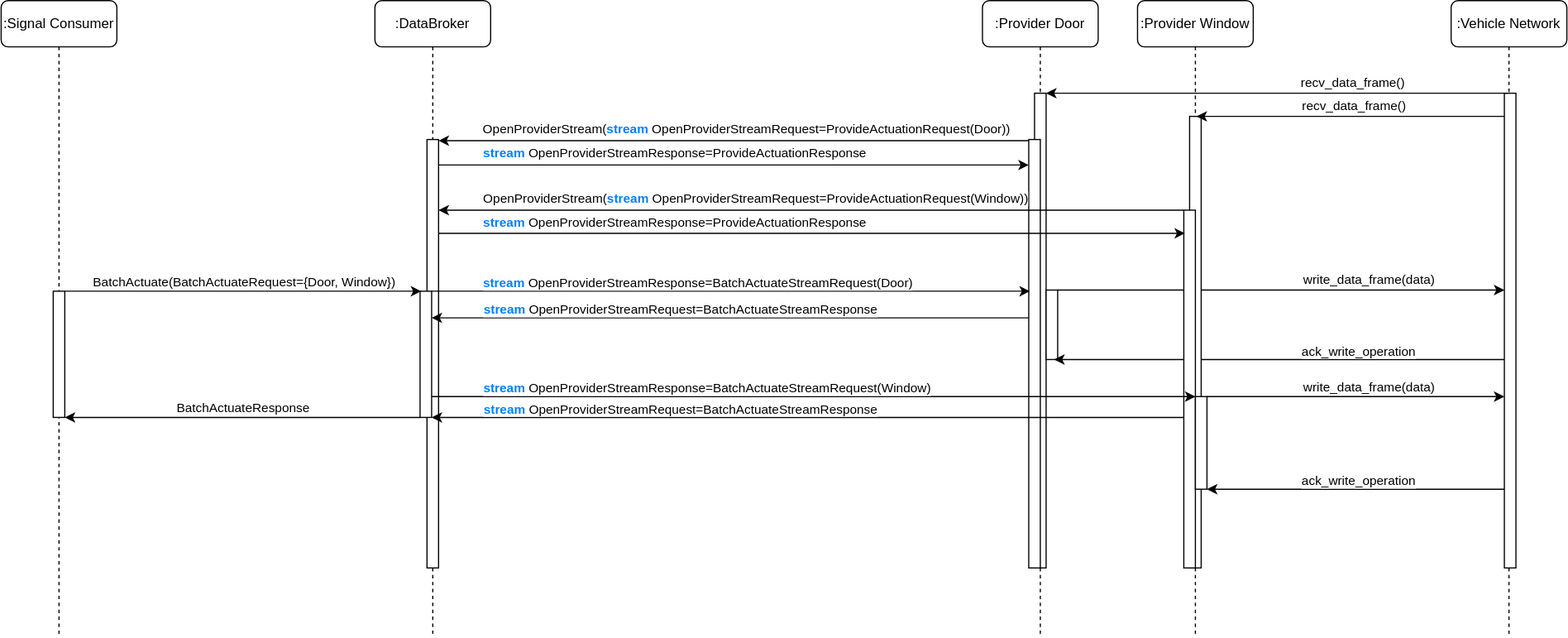
eclipse-kuksa/kuksa-databroker keeps this draw.io diagram as doc/diagrams/consumer_actuate_multiple_providers.svg. Above is the earlier version. Source tidied: cells renumbered, new cells last; positions are measured from the earlier drawing's top-left corner, leaving out a move shared by most shapes.
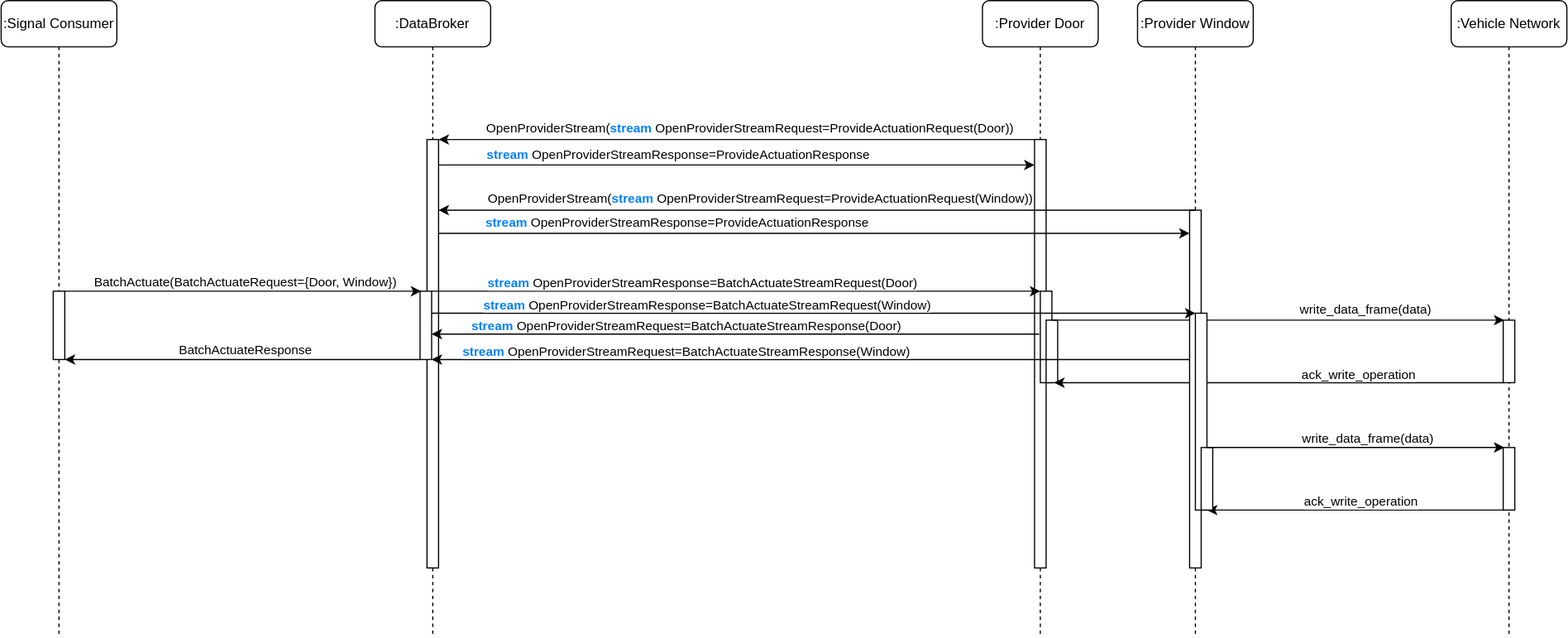
Later version of the same file.

What changed in the source:
```diff
@@ -9,35 +9,33 @@
       <mxGeometry x="45" y="120" width="10" height="370" as="geometry" />
     </mxCell>
     <mxCell id="4" style="html=1;points=[[0,0,0,0,5],[0,1,0,0,-5],[1,0,0,0,5],[1,1,0,0,-5]];perimeter=orthogonalPerimeter;outlineConnect=0;targetShapes=umlLifeline;portConstraint=eastwest;newEdgeStyle={&quot;curved&quot;:0,&quot;rounded&quot;:0};" parent="2" vertex="1">
-      <mxGeometry x="39" y="251" width="10" height="109" as="geometry" />
+      <mxGeometry x="39" y="251" width="10" height="59" as="geometry" />
     </mxCell>
     <mxCell id="5" value=":Signal Consumer" style="shape=umlLifeline;perimeter=lifelinePerimeter;whiteSpace=wrap;html=1;rounded=1;" parent="1" vertex="1">
       <mxGeometry width="100" height="550" as="geometry" />
     </mxCell>
     <mxCell id="6" style="html=1;points=[[0,0,0,0,5],[0,1,0,0,-5],[1,0,0,0,5],[1,1,0,0,-5]];perimeter=orthogonalPerimeter;outlineConnect=0;targetShapes=umlLifeline;portConstraint=eastwest;newEdgeStyle={&quot;curved&quot;:0,&quot;rounded&quot;:0};" parent="5" vertex="1">
-      <mxGeometry x="45" y="251" width="10" height="109" as="geometry" />
+      <mxGeometry x="45" y="251" width="10" height="59" as="geometry" />
     </mxCell>
     <mxCell id="7" value=":Provider Door" style="shape=umlLifeline;perimeter=lifelinePerimeter;whiteSpace=wrap;html=1;rounded=1;" parent="1" vertex="1">
       <mxGeometry x="848" width="100" height="550" as="geometry" />
     </mxCell>
-    <mxCell id="8" style="html=1;perimeter=orthogonalPerimeter;targetShapes=umlLifeline;newEdgeStyle={&quot;curved&quot;:0,&quot;rounded&quot;:0};" parent="7" vertex="1">
-      <mxGeometry x="45" y="80" width="10" height="410" as="geometry" />
-    </mxCell>
     <mxCell id="9" style="html=1;points=[[0,0,0,0,5],[0,1,0,0,-5],[1,0,0,0,5],[1,1,0,0,-5]];perimeter=orthogonalPerimeter;outlineConnect=0;targetShapes=umlLifeline;portConstraint=eastwest;newEdgeStyle={&quot;curved&quot;:0,&quot;rounded&quot;:0};" parent="7" vertex="1">
-      <mxGeometry x="40" y="120" width="10" height="370" as="geometry" />
+      <mxGeometry x="45" y="120" width="10" height="370" as="geometry" />
     </mxCell>
     <mxCell id="10" style="html=1;points=[[0,0,0,0,5],[0,1,0,0,-5],[1,0,0,0,5],[1,1,0,0,-5]];perimeter=orthogonalPerimeter;outlineConnect=0;targetShapes=umlLifeline;portConstraint=eastwest;newEdgeStyle={&quot;curved&quot;:0,&quot;rounded&quot;:0};" parent="7" vertex="1">
-      <mxGeometry x="55" y="250" width="10" height="60" as="geometry" />
+      <mxGeometry x="50" y="251" width="10" height="79" as="geometry" />
     </mxCell>
+    <mxCell id="49" style="html=1;perimeter=orthogonalPerimeter;targetShapes=umlLifeline;newEdgeStyle={&quot;curved&quot;:0,&quot;rounded&quot;:0};" parent="7" vertex="1">
+      <mxGeometry x="55" y="276" width="10" height="54" as="geometry" />
+    </mxCell>
     <mxCell id="11" value=":Vehicle Network" style="shape=umlLifeline;perimeter=lifelinePerimeter;whiteSpace=wrap;html=1;outlineConnect=0;rounded=1;" parent="1" vertex="1">
       <mxGeometry x="1253" width="100" height="550" as="geometry" />
     </mxCell>
-    <mxCell id="12" style="html=1;points=[[0,0,0,0,5],[0,1,0,0,-5],[1,0,0,0,5],[1,1,0,0,-5]];perimeter=orthogonalPerimeter;outlineConnect=0;targetShapes=umlLifeline;portConstraint=eastwest;newEdgeStyle={&quot;curved&quot;:0,&quot;rounded&quot;:0};" parent="11" vertex="1">
-      <mxGeometry x="46" y="80" width="10" height="410" as="geometry" />
-    </mxCell>
-    <mxCell id="13" style="endArrow=classic;html=1;rounded=0;" parent="11" edge="1" source="12">
+    <mxCell id="13" style="endArrow=classic;html=1;rounded=0;" parent="11" edge="1">
       <mxGeometry relative="1" as="geometry">
-        <mxPoint x="-211" y="422" as="targetPoint" />
+        <mxPoint x="46" y="440" as="sourcePoint" />
+        <mxPoint x="-211" y="440" as="targetPoint" />
       </mxGeometry>
     </mxCell>
     <mxCell id="14" value="ack_write_operation" style="edgeLabel;html=1;align=center;verticalAlign=middle;" parent="13" vertex="1">
@@ -47,8 +45,8 @@
     </mxCell>
     <mxCell id="15" style="endArrow=classic;html=1;rounded=0;" parent="1" edge="1">
       <mxGeometry relative="1" as="geometry">
-        <mxPoint x="362" y="360" as="sourcePoint" />
-        <mxPoint x="55" y="360" as="targetPoint" />
+        <mxPoint x="362" y="310" as="sourcePoint" />
+        <mxPoint x="55" y="310" as="targetPoint" />
       </mxGeometry>
     </mxCell>
     <mxCell id="16" value="BatchActuateResponse" style="edgeLabel;html=1;align=center;verticalAlign=middle;" parent="15" vertex="1">
@@ -66,9 +64,10 @@
         <mxPoint y="-9" as="offset" />
       </mxGeometry>
     </mxCell>
-    <mxCell id="19" style="endArrow=classic;html=1;rounded=0;" parent="1" edge="1" source="9">
+    <mxCell id="19" style="endArrow=classic;html=1;rounded=0;" parent="1" edge="1">
       <mxGeometry relative="1" as="geometry">
-        <mxPoint x="378" y="121" as="targetPoint" />
+        <mxPoint x="893" y="120" as="sourcePoint" />
+        <mxPoint x="378" y="120" as="targetPoint" />
       </mxGeometry>
     </mxCell>
     <mxCell id="20" value="OpenProviderStream(&lt;b&gt;&lt;font color=&quot;#007fff&quot;&gt;stream&lt;/font&gt;&lt;/b&gt;&amp;nbsp;OpenProviderStreamRequest=ProvideActuationRequest(Door))" style="edgeLabel;html=1;align=center;verticalAlign=middle;" parent="19" vertex="1">
@@ -76,10 +75,9 @@
         <mxPoint x="10" y="-11" as="offset" />
       </mxGeometry>
     </mxCell>
-    <mxCell id="21" style="endArrow=classic;html=1;rounded=0;" parent="1" edge="1">
+    <mxCell id="21" style="endArrow=classic;html=1;rounded=0;" parent="1" edge="1" target="9">
       <mxGeometry relative="1" as="geometry">
         <mxPoint x="378" y="142" as="sourcePoint" />
-        <mxPoint x="888" y="142" as="targetPoint" />
       </mxGeometry>
     </mxCell>
     <mxCell id="22" value="&lt;b&gt;&lt;font color=&quot;#007fff&quot;&gt;stream&lt;/font&gt;&lt;/b&gt;&amp;nbsp;OpenProviderStreamResponse=ProvideActuationResponse" style="edgeLabel;html=1;align=center;verticalAlign=middle;" parent="21" vertex="1">
@@ -87,29 +85,19 @@
         <mxPoint x="-52" y="-10" as="offset" />
       </mxGeometry>
     </mxCell>
-    <mxCell id="23" style="endArrow=classic;html=1;rounded=0;" parent="1" edge="1" source="11">
-      <mxGeometry relative="1" as="geometry">
-        <mxPoint x="903" y="80" as="targetPoint" />
-      </mxGeometry>
-    </mxCell>
-    <mxCell id="24" value="recv_data_frame()" style="edgeLabel;html=1;align=center;verticalAlign=middle;" parent="23" vertex="1">
-      <mxGeometry relative="1" as="geometry">
-        <mxPoint x="65" y="-10" as="offset" />
-      </mxGeometry>
-    </mxCell>
     <mxCell id="25" style="endArrow=classic;html=1;rounded=0;" parent="1" edge="1" target="4">
       <mxGeometry relative="1" as="geometry">
-        <mxPoint x="888" y="274" as="sourcePoint" />
+        <mxPoint x="897" y="288" as="sourcePoint" />
       </mxGeometry>
     </mxCell>
-    <mxCell id="26" value="&lt;b&gt;&lt;font color=&quot;#007fff&quot;&gt;stream&lt;/font&gt;&lt;/b&gt;&amp;nbsp;OpenProviderStreamRequest=BatchActuateStreamResponse" style="edgeLabel;html=1;align=center;verticalAlign=middle;" parent="25" vertex="1">
+    <mxCell id="26" value="&lt;b&gt;&lt;font color=&quot;#007fff&quot;&gt;stream&lt;/font&gt;&lt;/b&gt;&amp;nbsp;OpenProviderStreamRequest=BatchActuateStreamResponse(Door)" style="edgeLabel;html=1;align=center;verticalAlign=middle;" parent="25" vertex="1">
       <mxGeometry relative="1" as="geometry">
         <mxPoint x="-44" y="-8" as="offset" />
       </mxGeometry>
     </mxCell>
-    <mxCell id="27" style="endArrow=classic;html=1;rounded=0;" parent="1" edge="1" source="4">
+    <mxCell id="27" style="endArrow=classic;html=1;rounded=0;" parent="1" edge="1" target="10">
       <mxGeometry relative="1" as="geometry">
-        <mxPoint x="889" y="251" as="targetPoint" />
+        <mxPoint x="372" y="251" as="sourcePoint" />
       </mxGeometry>
     </mxCell>
     <mxCell id="28" value="&lt;b&gt;&lt;font color=&quot;#007fff&quot;&gt;stream&lt;/font&gt;&lt;/b&gt;&amp;nbsp;OpenProviderStreamResponse=BatchActuateStreamRequest(Door)" style="edgeLabel;html=1;align=center;verticalAlign=middle;" parent="27" vertex="1">
@@ -117,9 +105,10 @@
         <mxPoint x="-30" y="-8" as="offset" />
       </mxGeometry>
     </mxCell>
-    <mxCell id="29" style="endArrow=classic;html=1;rounded=0;" parent="1" edge="1" target="12">
+    <mxCell id="29" style="endArrow=classic;html=1;rounded=0;" parent="1" edge="1">
       <mxGeometry relative="1" as="geometry">
-        <mxPoint x="913" y="250" as="sourcePoint" />
+        <mxPoint x="908" y="276" as="sourcePoint" />
+        <mxPoint x="1299" y="276" as="targetPoint" />
       </mxGeometry>
     </mxCell>
     <mxCell id="30" value="write_data_frame(data)" style="edgeLabel;html=1;align=center;verticalAlign=middle;" parent="29" vertex="1">
@@ -127,9 +116,10 @@
         <mxPoint x="75" y="-10" as="offset" />
       </mxGeometry>
     </mxCell>
-    <mxCell id="31" style="endArrow=classic;html=1;rounded=0;" parent="1" edge="1" source="12">
+    <mxCell id="31" style="endArrow=classic;html=1;rounded=0;" parent="1" edge="1">
       <mxGeometry relative="1" as="geometry">
-        <mxPoint x="910" y="310" as="targetPoint" />
+        <mxPoint x="1299" y="330" as="sourcePoint" />
+        <mxPoint x="910" y="330" as="targetPoint" />
       </mxGeometry>
     </mxCell>
     <mxCell id="32" value="ack_write_operation" style="edgeLabel;html=1;align=center;verticalAlign=middle;" parent="31" vertex="1">
@@ -140,18 +130,24 @@
     <mxCell id="33" value=":Provider Window" style="shape=umlLifeline;perimeter=lifelinePerimeter;whiteSpace=wrap;html=1;outlineConnect=0;rounded=1;" parent="1" vertex="1">
       <mxGeometry x="982" width="100" height="550" as="geometry" />
     </mxCell>
-    <mxCell id="34" style="html=1;perimeter=orthogonalPerimeter;targetShapes=umlLifeline;newEdgeStyle={&quot;curved&quot;:0,&quot;rounded&quot;:0};" parent="33" vertex="1">
-      <mxGeometry x="45" y="100" width="10" height="390" as="geometry" />
-    </mxCell>
+    <mxCell id="39" style="endArrow=classic;html=1;rounded=0;" parent="33" edge="1" source="36">
+      <mxGeometry relative="1" as="geometry">
+        <mxPoint x="-610" y="310" as="targetPoint" />
+      </mxGeometry>
+    </mxCell>
+    <mxCell id="40" value="&lt;b&gt;&lt;font color=&quot;#007fff&quot;&gt;stream&lt;/font&gt;&lt;/b&gt;&amp;nbsp;OpenProviderStreamRequest=BatchActuateStreamResponse(Window)" style="edgeLabel;html=1;align=center;verticalAlign=middle;" parent="39" vertex="1">
+      <mxGeometry relative="1" as="geometry">
+        <mxPoint x="-111" y="-8" as="offset" />
+      </mxGeometry>
+    </mxCell>
     <mxCell id="35" style="html=1;perimeter=orthogonalPerimeter;targetShapes=umlLifeline;newEdgeStyle={&quot;curved&quot;:0,&quot;rounded&quot;:0};" parent="33" vertex="1">
-      <mxGeometry x="40" y="181" width="10" height="309" as="geometry" />
+      <mxGeometry x="45" y="181" width="10" height="309" as="geometry" />
     </mxCell>
     <mxCell id="36" style="html=1;points=[[0,0,0,0,5],[0,1,0,0,-5],[1,0,0,0,5],[1,1,0,0,-5]];perimeter=orthogonalPerimeter;outlineConnect=0;targetShapes=umlLifeline;portConstraint=eastwest;newEdgeStyle={&quot;curved&quot;:0,&quot;rounded&quot;:0};" parent="33" vertex="1">
-      <mxGeometry x="50" y="342" width="10" height="80" as="geometry" />
+      <mxGeometry x="50" y="270" width="10" height="170" as="geometry" />
     </mxCell>
-    <mxCell id="37" style="endArrow=classic;html=1;rounded=0;" parent="33" edge="1">
+    <mxCell id="37" style="endArrow=classic;html=1;rounded=0;" parent="33" edge="1" source="33">
       <mxGeometry relative="1" as="geometry">
-        <mxPoint x="40" y="181" as="sourcePoint" />
         <mxPoint x="-604" y="181" as="targetPoint" />
       </mxGeometry>
     </mxCell>
@@ -160,19 +156,12 @@
         <mxPoint x="-49" y="-11" as="offset" />
       </mxGeometry>
     </mxCell>
-    <mxCell id="39" style="endArrow=classic;html=1;rounded=0;" parent="33" edge="1" target="4">
-      <mxGeometry relative="1" as="geometry">
-        <mxPoint x="40" y="360" as="sourcePoint" />
-      </mxGeometry>
-    </mxCell>
-    <mxCell id="40" value="&lt;b&gt;&lt;font color=&quot;#007fff&quot;&gt;stream&lt;/font&gt;&lt;/b&gt;&amp;nbsp;OpenProviderStreamRequest=BatchActuateStreamResponse" style="edgeLabel;html=1;align=center;verticalAlign=middle;" parent="39" vertex="1">
-      <mxGeometry relative="1" as="geometry">
-        <mxPoint x="-111" y="-8" as="offset" />
-      </mxGeometry>
-    </mxCell>
+    <mxCell id="50" style="html=1;perimeter=orthogonalPerimeter;targetShapes=umlLifeline;newEdgeStyle={&quot;curved&quot;:0,&quot;rounded&quot;:0};" parent="33" vertex="1">
+      <mxGeometry x="55" y="386" width="10" height="54" as="geometry" />
+    </mxCell>
     <mxCell id="41" style="endArrow=classic;html=1;rounded=0;" parent="1" edge="1" source="3">
       <mxGeometry relative="1" as="geometry">
-        <mxPoint x="1023" y="201" as="targetPoint" />
+        <mxPoint x="1027" y="201" as="targetPoint" />
       </mxGeometry>
     </mxCell>
     <mxCell id="42" value="&lt;b&gt;&lt;font color=&quot;#007fff&quot;&gt;stream&lt;/font&gt;&lt;/b&gt;&amp;nbsp;OpenProviderStreamResponse=ProvideActuationResponse" style="edgeLabel;html=1;align=center;verticalAlign=middle;" parent="41" vertex="1">
@@ -180,9 +169,10 @@
         <mxPoint x="-120" y="-10" as="offset" />
       </mxGeometry>
     </mxCell>
-    <mxCell id="43" style="endArrow=classic;html=1;rounded=0;" parent="1" edge="1" target="36">
+    <mxCell id="43" style="endArrow=classic;html=1;rounded=0;" parent="1" edge="1">
       <mxGeometry relative="1" as="geometry">
-        <mxPoint x="372" y="342" as="sourcePoint" />
+        <mxPoint x="372" y="270" as="sourcePoint" />
+        <mxPoint x="1032" y="270" as="targetPoint" />
       </mxGeometry>
     </mxCell>
     <mxCell id="44" value="&lt;b&gt;&lt;font color=&quot;#007fff&quot;&gt;stream&lt;/font&gt;&lt;/b&gt;&amp;nbsp;OpenProviderStreamResponse=BatchActuateStreamRequest(Window)" style="edgeLabel;html=1;align=center;verticalAlign=middle;" parent="43" vertex="1">
@@ -190,9 +180,10 @@
         <mxPoint x="-93" y="-8" as="offset" />
       </mxGeometry>
     </mxCell>
-    <mxCell id="45" style="endArrow=classic;html=1;rounded=0;" parent="1" edge="1" target="12">
+    <mxCell id="45" style="endArrow=classic;html=1;rounded=0;" parent="1" edge="1">
       <mxGeometry relative="1" as="geometry">
-        <mxPoint x="1042" y="342" as="sourcePoint" />
+        <mxPoint x="1042" y="386" as="sourcePoint" />
+        <mxPoint x="1299" y="386" as="targetPoint" />
       </mxGeometry>
     </mxCell>
     <mxCell id="46" value="write_data_frame(data)" style="edgeLabel;html=1;align=center;verticalAlign=middle;" parent="45" vertex="1">
@@ -200,15 +191,11 @@
         <mxPoint x="10" y="-9" as="offset" />
       </mxGeometry>
     </mxCell>
-    <mxCell id="47" style="endArrow=classic;html=1;rounded=0;" parent="1" edge="1" source="12">
-      <mxGeometry relative="1" as="geometry">
-        <mxPoint x="1033" y="100" as="targetPoint" />
-      </mxGeometry>
-    </mxCell>
-    <mxCell id="48" value="recv_data_frame()" style="edgeLabel;html=1;align=center;verticalAlign=middle;" parent="47" vertex="1">
-      <mxGeometry relative="1" as="geometry">
-        <mxPoint x="2" y="-10" as="offset" />
-      </mxGeometry>
-    </mxCell>
+    <mxCell id="51" style="html=1;perimeter=orthogonalPerimeter;targetShapes=umlLifeline;newEdgeStyle={&quot;curved&quot;:0,&quot;rounded&quot;:0};" parent="1" vertex="1">
+      <mxGeometry x="1298" y="276" width="10" height="54" as="geometry" />
+    </mxCell>
+    <mxCell id="52" style="html=1;perimeter=orthogonalPerimeter;targetShapes=umlLifeline;newEdgeStyle={&quot;curved&quot;:0,&quot;rounded&quot;:0};" parent="1" vertex="1">
+      <mxGeometry x="1298" y="386" width="10" height="54" as="geometry" />
+    </mxCell>
   </root>
 </mxGraphModel>
```
